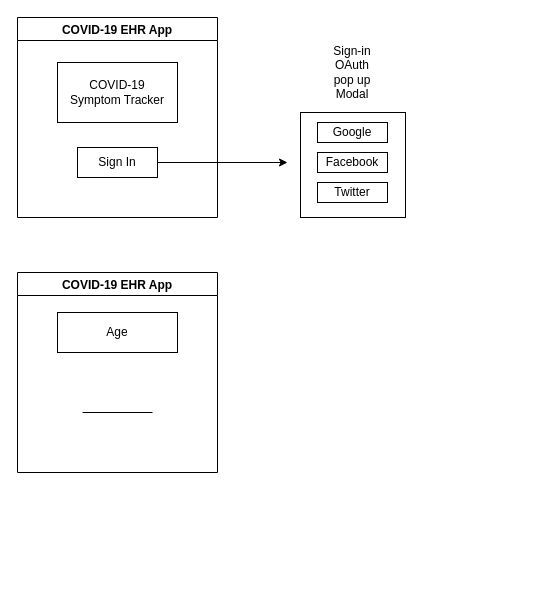
Before: COVID-19-wireframes.drawio in salvolpe/decentralized-electronic-health-record, a draw.io diagram. Source tidied: cells renumbered, new cells numbered last; positions are measured from the earlier drawing's top-left corner, leaving out a move shared by most shapes. Both pictures are drawn from the tidied source at 100%, with x=0, y=0 at pixel (17, 17).
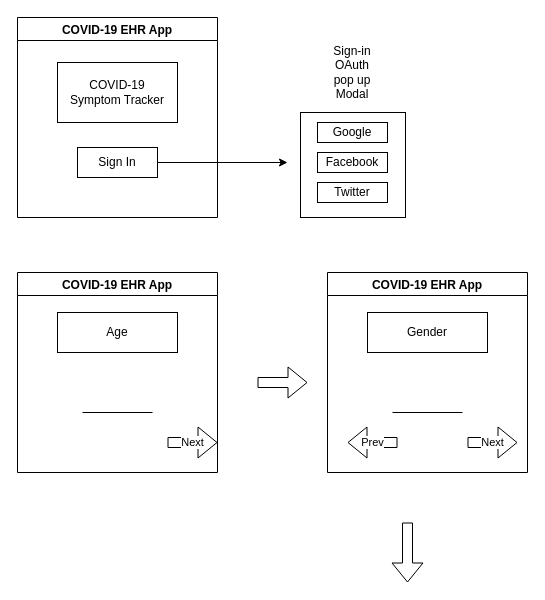
The same diagram, later.

Unchanged cells that the change refers to:
```xml
<mxCell id="11" value="COVID-19 EHR App" style="swimlane;" parent="1" vertex="1">
  <mxGeometry y="255" width="200" height="200" as="geometry" />
</mxCell>
```

The edit, as a diff of the source:
```diff
@@
+    <mxCell id="14" value="Next" style="shape=flexArrow;endArrow=classic;html=1;" parent="11" edge="1">
+      <mxGeometry relative="1" as="geometry">
+        <mxPoint x="150" y="170" as="sourcePoint" />
+        <mxPoint x="200" y="170" as="targetPoint" />
+      </mxGeometry>
+    </mxCell>
+    <mxCell id="15" style="shape=flexArrow;endArrow=classic;html=1;" parent="1" edge="1">
+      <mxGeometry relative="1" as="geometry">
+        <mxPoint x="240" y="365" as="sourcePoint" />
+        <mxPoint x="290" y="365" as="targetPoint" />
+      </mxGeometry>
+    </mxCell>
+    <mxCell id="16" value="COVID-19 EHR App" style="swimlane;" parent="1" vertex="1">
+      <mxGeometry x="310" y="255" width="200" height="200" as="geometry" />
+    </mxCell>
+    <mxCell id="17" value="Gender" style="rounded=0;whiteSpace=wrap;html=1;" parent="16" vertex="1">
+      <mxGeometry x="40" y="40" width="120" height="40" as="geometry" />
+    </mxCell>
+    <mxCell id="18" style="endArrow=none;html=1;" parent="16" edge="1">
+      <mxGeometry relative="1" as="geometry">
+        <mxPoint x="65" y="140" as="sourcePoint" />
+        <mxPoint x="135" y="140" as="targetPoint" />
+      </mxGeometry>
+    </mxCell>
+    <mxCell id="19" value="Next" style="shape=flexArrow;endArrow=classic;html=1;" parent="16" edge="1">
+      <mxGeometry relative="1" as="geometry">
+        <mxPoint x="140" y="170" as="sourcePoint" />
+        <mxPoint x="190" y="170" as="targetPoint" />
+      </mxGeometry>
+    </mxCell>
+    <mxCell id="20" value="Prev" style="shape=flexArrow;endArrow=classic;html=1;" parent="16" edge="1">
+      <mxGeometry relative="1" as="geometry">
+        <mxPoint x="70" y="170" as="sourcePoint" />
+        <mxPoint x="20" y="170" as="targetPoint" />
+      </mxGeometry>
+    </mxCell>
+    <mxCell id="21" style="shape=flexArrow;endArrow=classic;html=1;" parent="1" edge="1">
+      <mxGeometry relative="1" as="geometry">
+        <mxPoint x="390" y="505" as="sourcePoint" />
+        <mxPoint x="390" y="565" as="targetPoint" />
+      </mxGeometry>
+    </mxCell>
```
